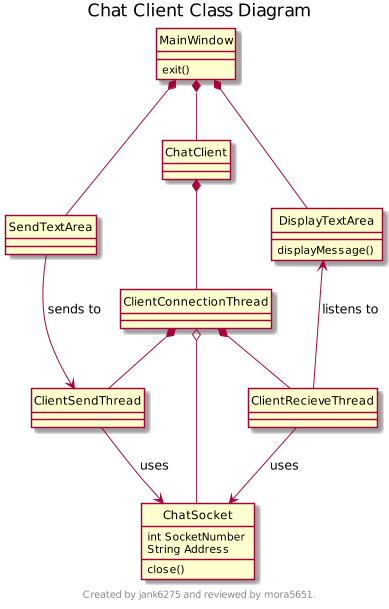
This is Deliverables/Master Requirements Specification/diagrams/class-communication-client.png from uidaho/cs383, a PlantUML export, as it was before one commit.
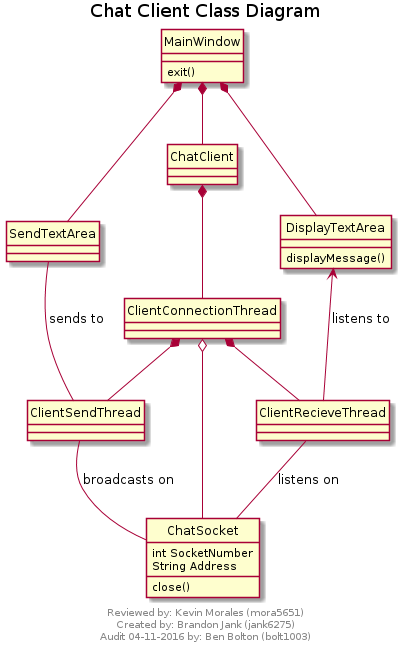
The same diagram one commit later.

Diff of the diagram source:
```diff
@@ -1,9 +1,13 @@
 @startuml
-scale max 800*600
+scale max 700 width
 title Chat Client Class Diagram
+
 footer
-Created by jank6275 and reviewed by mora5651.
+Reviewed by: Kevin Morales (mora5651)
+Created by: Brandon Jank (jank6275)
+Audit 04-11-2016 by: Ben Bolton (bolt1003)
 endfooter
+
 hide circle
 
 MainWindow *-- ChatClient
@@ -12,14 +16,14 @@
 
 ChatClient *-- ClientConnectionThread
 DisplayTextArea <-- ClientRecieveThread : listens to
-SendTextArea --> ClientSendThread : sends to
+SendTextArea -- ClientSendThread : sends to
 
 ClientConnectionThread o-- ChatSocket
 ClientConnectionThread *-- ClientSendThread
 ClientConnectionThread *-- ClientRecieveThread
 
-ClientRecieveThread --> ChatSocket : uses
-ClientSendThread --> ChatSocket : uses
+ClientRecieveThread -- ChatSocket : listens on
+ClientSendThread -- ChatSocket : broadcasts on
 
 class MainWindow {
     exit()
```
